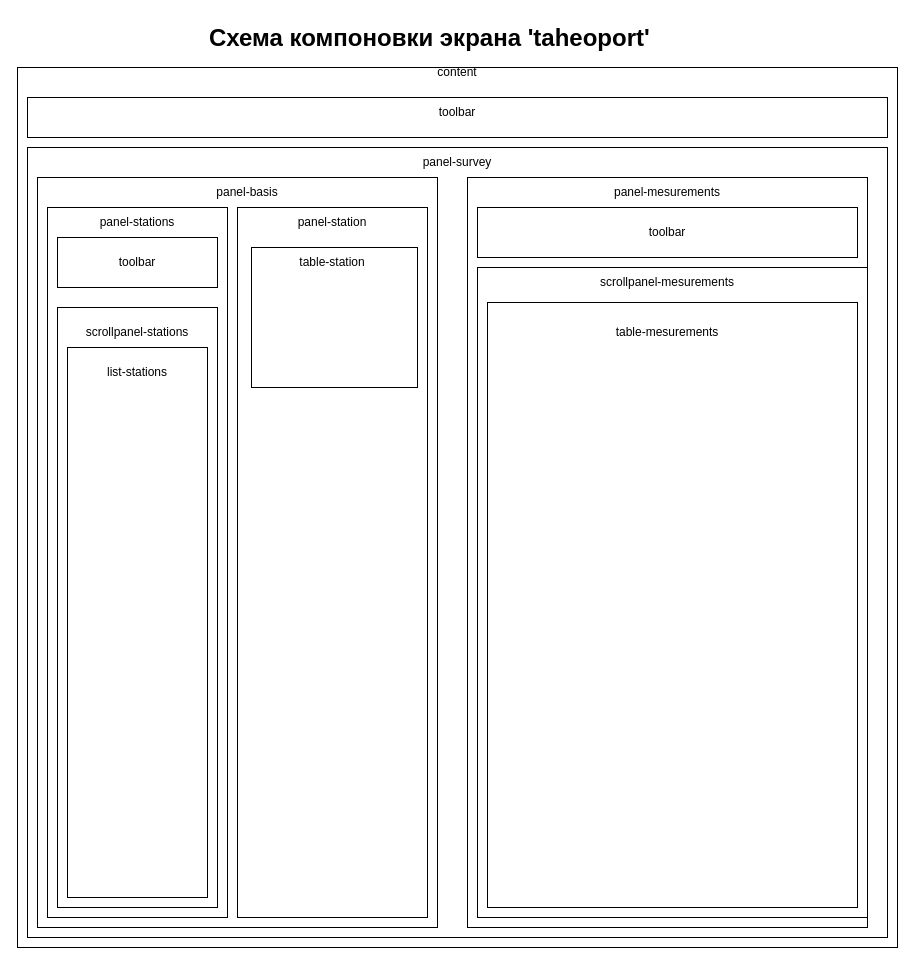
AndrewNizovkin/geocalculator keeps this draw.io diagram as web-client/screens/survey/survey.drawio. Above is the earlier version. Source tidied: cells renumbered, new cells numbered last; positions are measured from the earlier drawing's top-left corner, leaving out a move shared by most shapes. Both pictures are drawn from the tidied source at 100%, with x=0, y=0 at pixel (17, 17).
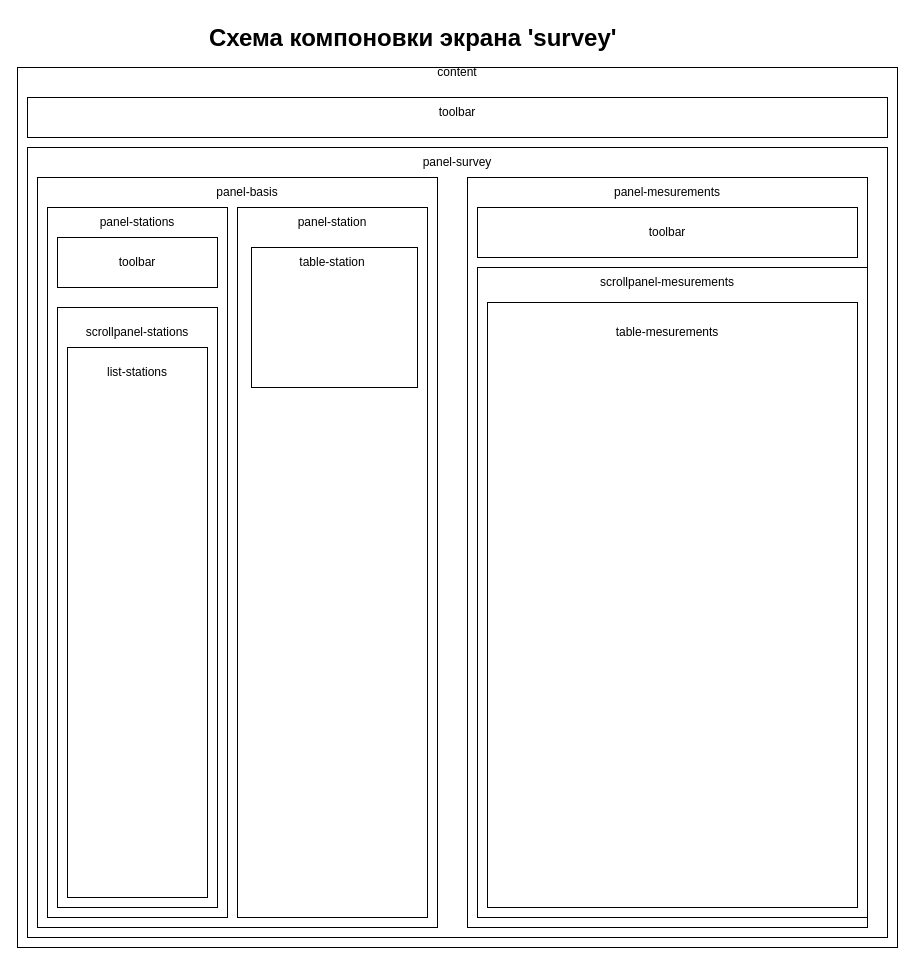
Above is the later version.

Change to the diagram source:
```diff
@@
-    <mxCell id="28" value="&lt;h1 style=&quot;margin-top: 0px;&quot;&gt;Схема компоновки экрана 'taheoport'&lt;/h1&gt;" style="text;html=1;whiteSpace=wrap;overflow=hidden;rounded=0;" parent="1" vertex="1">
+    <mxCell id="28" value="&lt;h1 style=&quot;margin-top: 0px;&quot;&gt;Схема компоновки экрана 'survey'&lt;/h1&gt;" style="text;html=1;whiteSpace=wrap;overflow=hidden;rounded=0;" parent="1" vertex="1">
       <mxGeometry x="190" width="470" height="50" as="geometry" />
     </mxCell>
```
